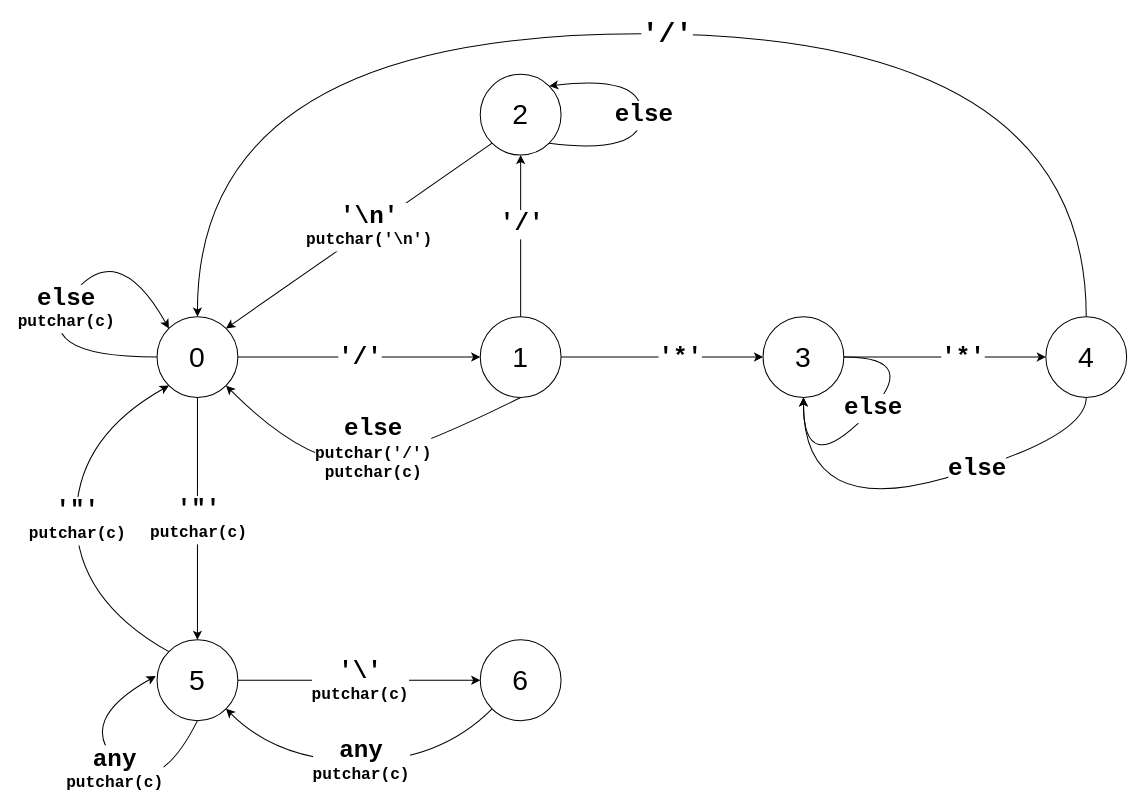
The draw.io diagram FSM_diagram/fsm-uncommenter.drawio in okurka12/c_uncommenter, before the edit. Source tidied: cells renumbered, new cells numbered last; positions are measured from the earlier drawing's top-left corner, leaving out a move shared by most shapes. Both pictures are drawn from the tidied source at 101%, with x=0, y=0 at pixel (25, 33).
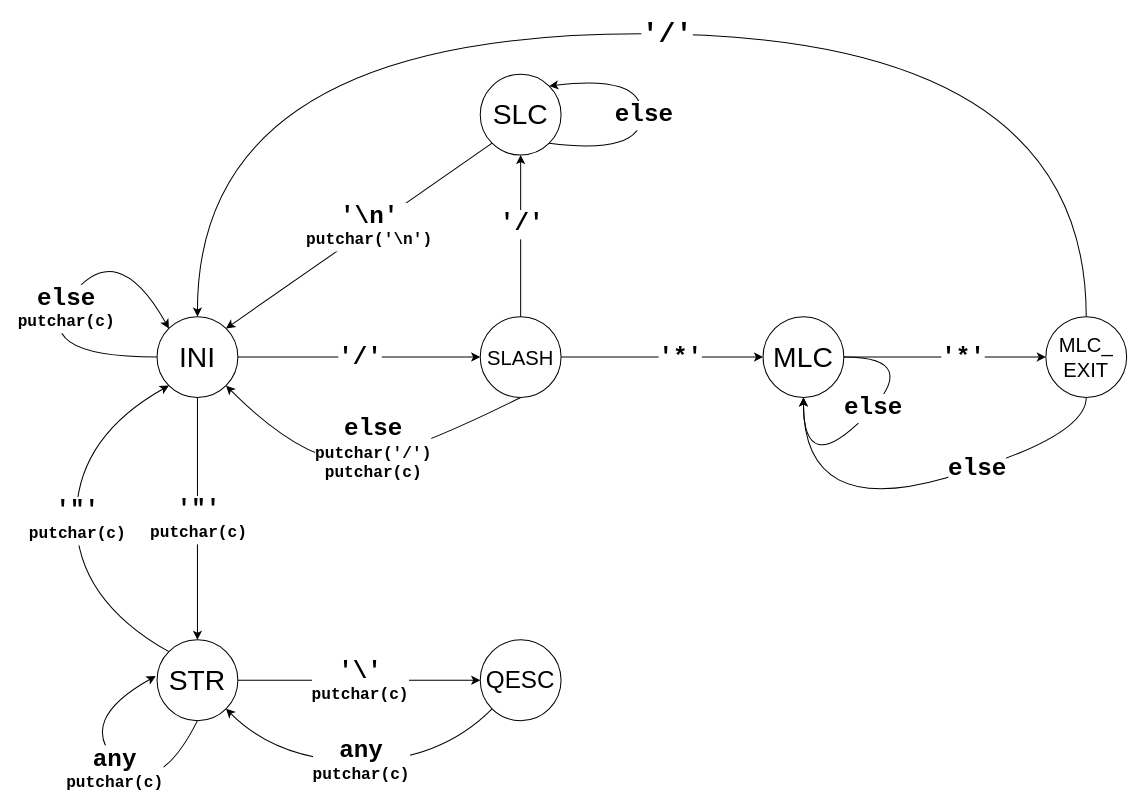
After the change.

Commit message:
renamed the states in FSM diagram

Diff of the diagram source:
```diff
@@
-    <mxCell id="2" value="&lt;font style=&quot;font-size: 28px;&quot;&gt;0&lt;/font&gt;" style="ellipse;whiteSpace=wrap;html=1;" parent="1" vertex="1">
+    <mxCell id="2" value="&lt;span style=&quot;font-size: 28px;&quot;&gt;INI&lt;/span&gt;" style="ellipse;whiteSpace=wrap;html=1;" parent="1" vertex="1">
       <mxGeometry x="130" y="280" width="80" height="80" as="geometry" />
     </mxCell>
-    <mxCell id="3" value="&lt;font style=&quot;font-size: 28px;&quot;&gt;1&lt;/font&gt;" style="ellipse;whiteSpace=wrap;html=1;" parent="1" vertex="1">
+    <mxCell id="3" value="&lt;font style=&quot;font-size: 20px;&quot;&gt;SLASH&lt;/font&gt;" style="ellipse;whiteSpace=wrap;html=1;" parent="1" vertex="1">
       <mxGeometry x="450" y="280" width="80" height="80" as="geometry" />
     </mxCell>
@@
-    <mxCell id="6" value="&lt;font style=&quot;font-size: 28px;&quot;&gt;2&lt;/font&gt;" style="ellipse;whiteSpace=wrap;html=1;" parent="1" vertex="1">
+    <mxCell id="6" value="&lt;font style=&quot;font-size: 28px;&quot;&gt;SLC&lt;/font&gt;" style="ellipse;whiteSpace=wrap;html=1;" parent="1" vertex="1">
       <mxGeometry x="450" y="40" width="80" height="80" as="geometry" />
     </mxCell>
@@
-    <mxCell id="11" value="&lt;font style=&quot;font-size: 28px;&quot;&gt;3&lt;/font&gt;" style="ellipse;whiteSpace=wrap;html=1;" parent="1" vertex="1">
+    <mxCell id="11" value="&lt;font style=&quot;font-size: 28px;&quot;&gt;MLC&lt;/font&gt;" style="ellipse;whiteSpace=wrap;html=1;" parent="1" vertex="1">
       <mxGeometry x="730" y="280" width="80" height="80" as="geometry" />
     </mxCell>
@@
-    <mxCell id="16" value="&lt;font style=&quot;font-size: 28px;&quot;&gt;4&lt;/font&gt;" style="ellipse;whiteSpace=wrap;html=1;" parent="1" vertex="1">
+    <mxCell id="16" value="&lt;font style=&quot;font-size: 20px;&quot;&gt;MLC_&lt;br&gt;EXIT&lt;br&gt;&lt;/font&gt;" style="ellipse;whiteSpace=wrap;html=1;" parent="1" vertex="1">
       <mxGeometry x="1010" y="280" width="80" height="80" as="geometry" />
     </mxCell>
@@
-    <mxCell id="23" value="&lt;font style=&quot;font-size: 28px;&quot;&gt;5&lt;/font&gt;" style="ellipse;whiteSpace=wrap;html=1;" parent="1" vertex="1">
+    <mxCell id="23" value="&lt;font style=&quot;font-size: 28px;&quot;&gt;STR&lt;/font&gt;" style="ellipse;whiteSpace=wrap;html=1;" parent="1" vertex="1">
       <mxGeometry x="130" y="600" width="80" height="80" as="geometry" />
     </mxCell>
@@
-    <mxCell id="28" value="&lt;font style=&quot;font-size: 28px;&quot;&gt;6&lt;/font&gt;" style="ellipse;whiteSpace=wrap;html=1;" parent="1" vertex="1">
+    <mxCell id="28" value="&lt;font style=&quot;font-size: 24px;&quot;&gt;QESC&lt;/font&gt;" style="ellipse;whiteSpace=wrap;html=1;" parent="1" vertex="1">
       <mxGeometry x="450" y="600" width="80" height="80" as="geometry" />
     </mxCell>
```
